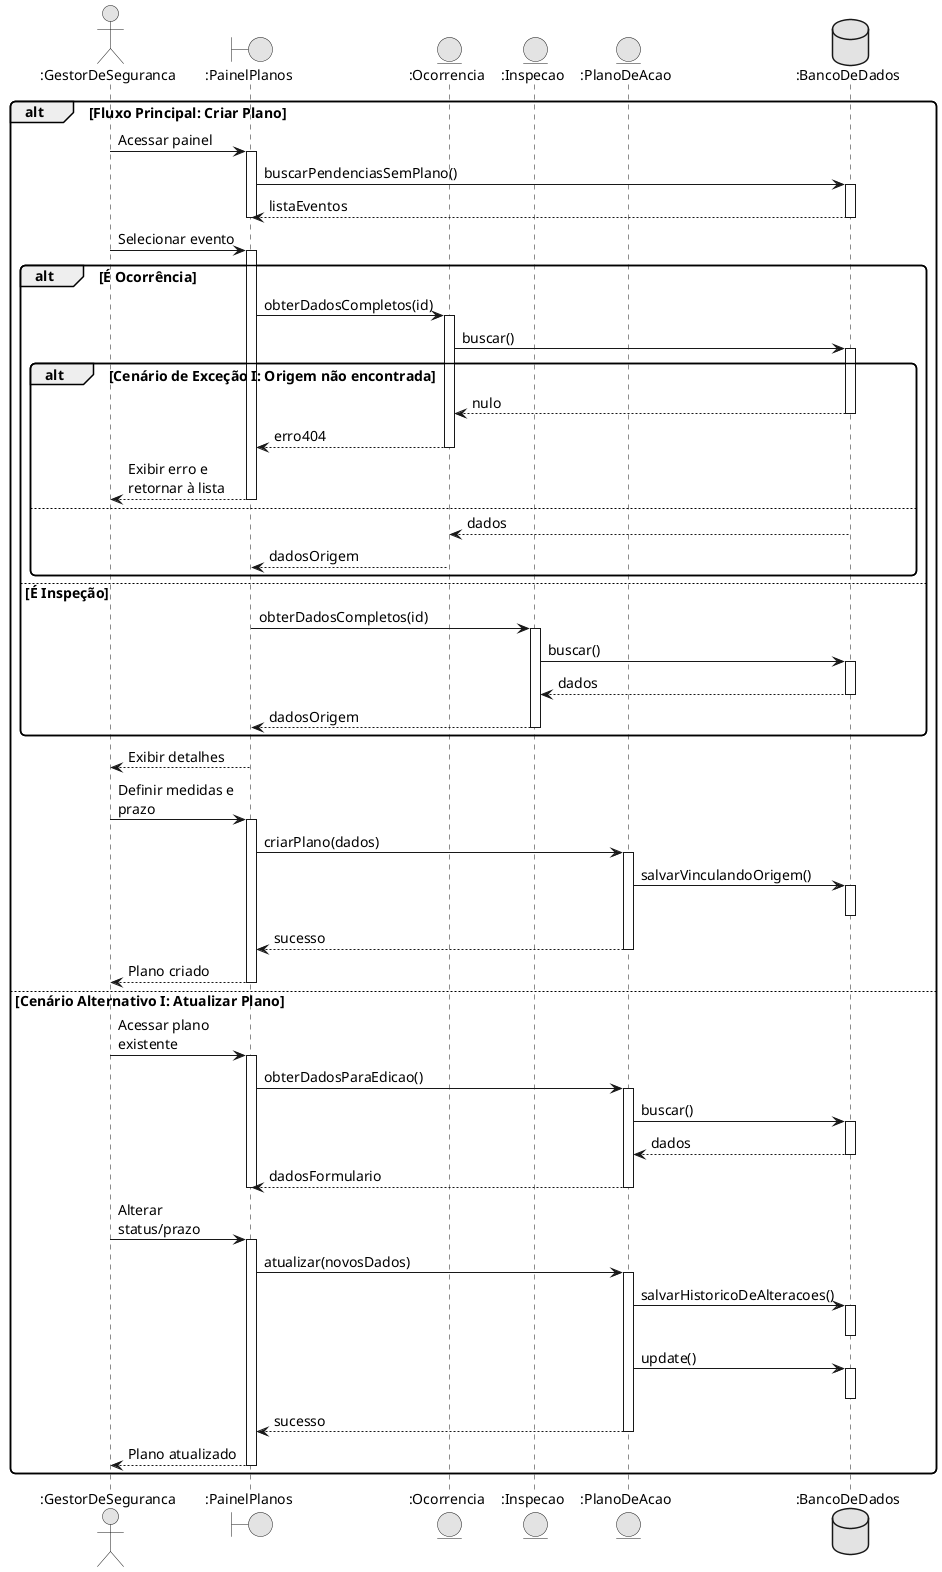
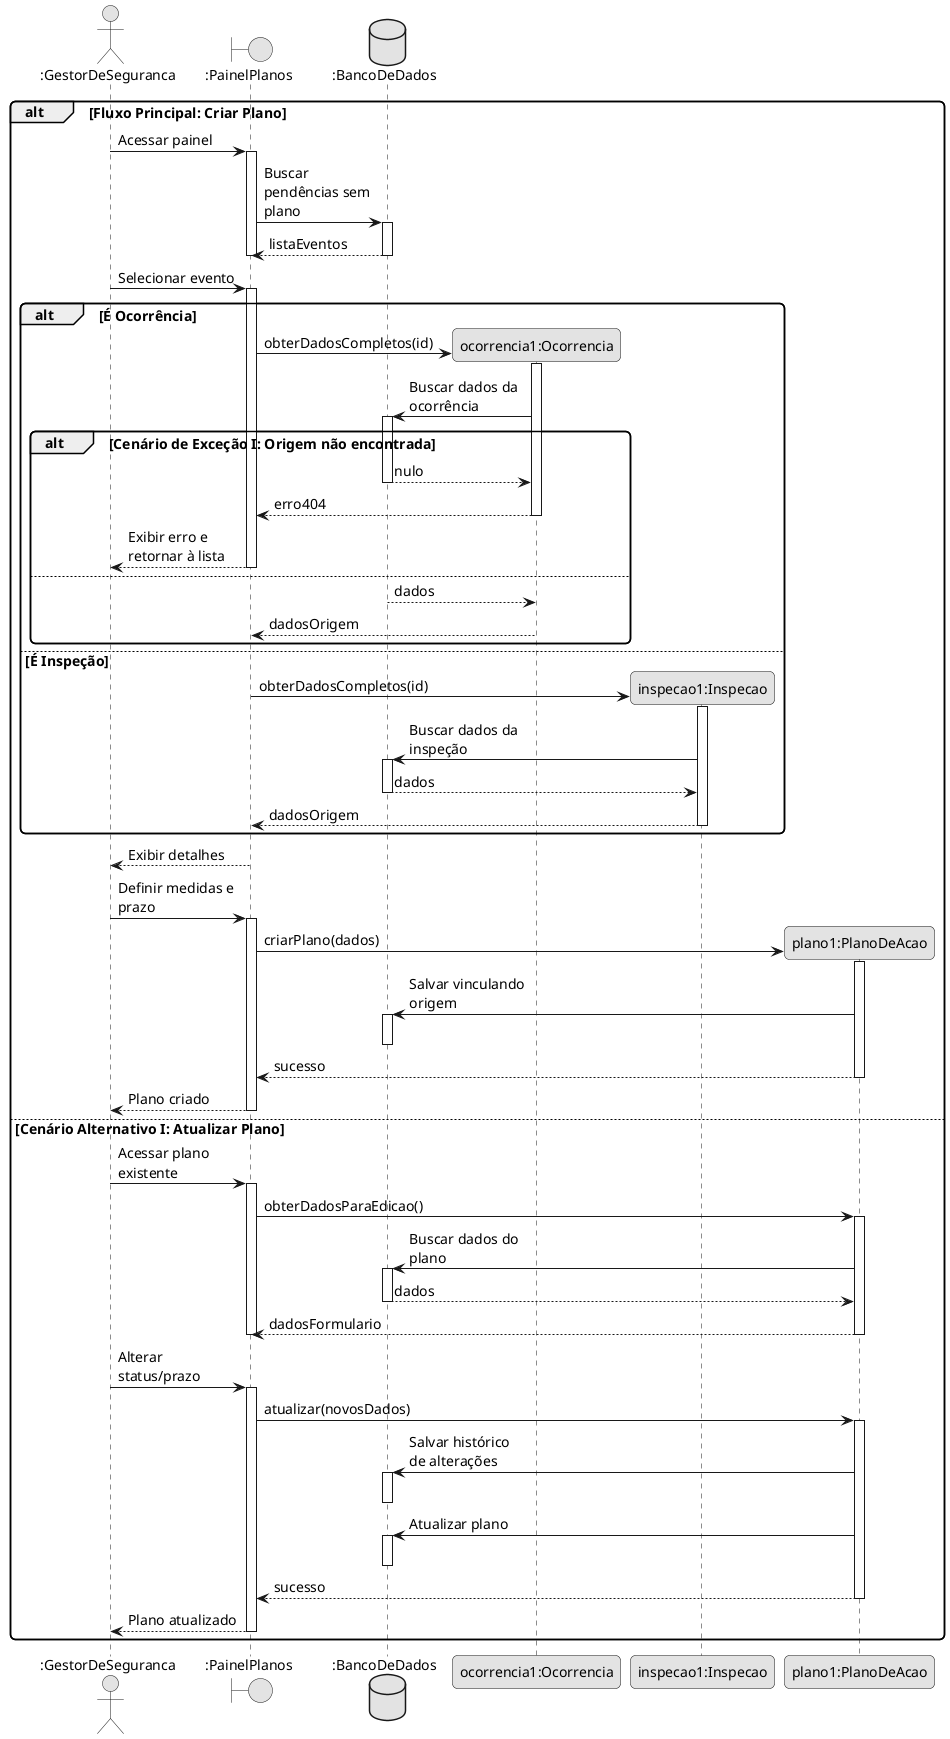
@startuml
skinparam monochrome true
skinparam shadowing false
skinparam defaultFontName Arial
skinparam defaultFontSize 14
skinparam roundcorner 10
skinparam maxmessagesize 120

actor ":GestorDeSeguranca" as Gestor
boundary ":PainelPlanos" as UI
- entity ":Ocorrencia" as Ocorrencia
- entity ":Inspecao" as Inspecao
- entity ":PlanoDeAcao" as Plano
database ":BancoDeDados" as DB

alt Fluxo Principal: Criar Plano
  Gestor -> UI ++ : Acessar painel
-   UI -> DB ++ : buscarPendenciasSemPlano()
+   UI -> DB ++ : Buscar pendências sem plano
  DB --> UI -- : listaEventos
  deactivate UI
  Gestor -> UI ++ : Selecionar evento

  alt É Ocorrência
+     create "ocorrencia1:Ocorrencia" as Ocorrencia
    UI -> Ocorrencia ++ : obterDadosCompletos(id)
-     Ocorrencia -> DB ++ : buscar()
+     Ocorrencia -> DB ++ : Buscar dados da ocorrência
    alt Cenário de Exceção I: Origem não encontrada
      DB --> Ocorrencia -- : nulo
      Ocorrencia --> UI -- : erro404
      UI --> Gestor -- : Exibir erro e retornar à lista
    else
      DB --> Ocorrencia -- : dados
      Ocorrencia --> UI -- : dadosOrigem
    end
  else É Inspeção
+     create "inspecao1:Inspecao" as Inspecao
    UI -> Inspecao ++ : obterDadosCompletos(id)
-     Inspecao -> DB ++ : buscar()
+     Inspecao -> DB ++ : Buscar dados da inspeção
    DB --> Inspecao -- : dados
    Inspecao --> UI -- : dadosOrigem
  end
  UI --> Gestor -- : Exibir detalhes
  Gestor -> UI ++ : Definir medidas e prazo
+   create "plano1:PlanoDeAcao" as Plano
  UI -> Plano ++ : criarPlano(dados)
-   Plano -> DB ++ : salvarVinculandoOrigem()
+   Plano -> DB ++ : Salvar vinculando origem
  deactivate DB
  Plano --> UI -- : sucesso
  UI --> Gestor -- : Plano criado

else Cenário Alternativo I: Atualizar Plano
  Gestor -> UI ++ : Acessar plano existente
  UI -> Plano ++ : obterDadosParaEdicao()
-   Plano -> DB ++ : buscar()
+   Plano -> DB ++ : Buscar dados do plano
  DB --> Plano -- : dados
  Plano --> UI -- : dadosFormulario
  deactivate UI
  Gestor -> UI ++ : Alterar status/prazo
  UI -> Plano ++ : atualizar(novosDados)
-   Plano -> DB ++ : salvarHistoricoDeAlteracoes()
+   Plano -> DB ++ : Salvar histórico de alterações
  deactivate DB
-   Plano -> DB ++ : update()
+   Plano -> DB ++ : Atualizar plano
  deactivate DB
  Plano --> UI -- : sucesso
  UI --> Gestor -- : Plano atualizado
end
@enduml
